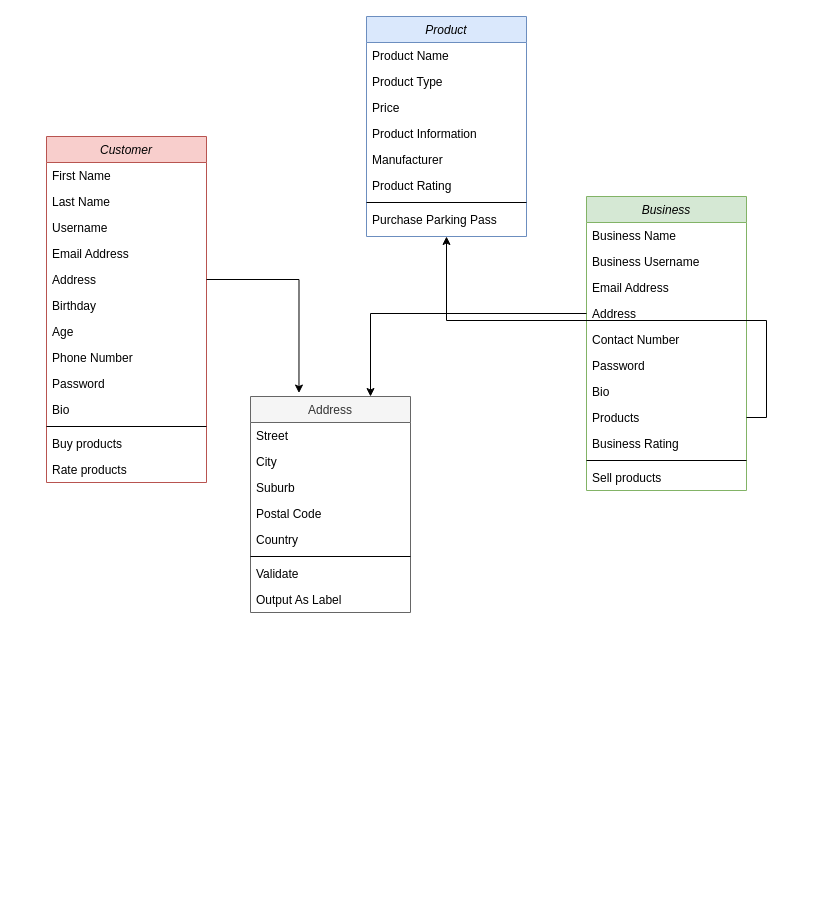
Above: DatabaseLayout.drawio in gdsc-uwc/gdsc_project (draw.io), before the change. Source tidied: cells renumbered, new cells numbered last; positions are measured from the earlier drawing's top-left corner, leaving out a move shared by most shapes. Both pictures are drawn from the tidied source at 100%, with x=0, y=0 at pixel (46, 16).
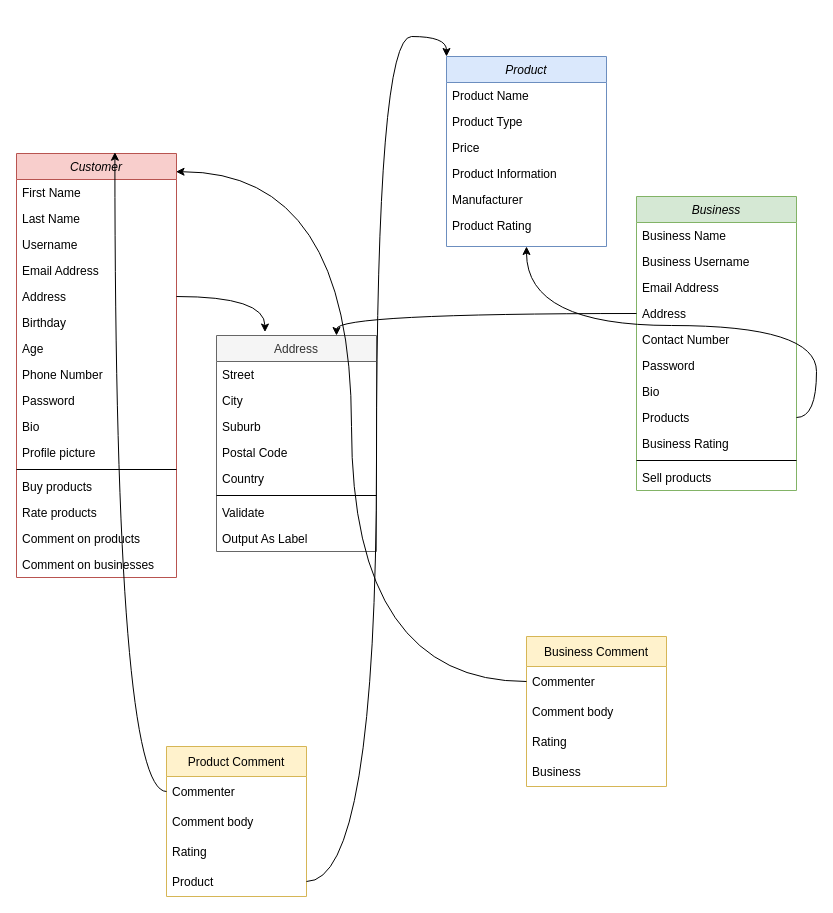
The same page after the edit.

Commit message (it also covers changes not shown here):
Added a business view for customers

Unchanged cells that the change refers to:
```xml
<mxCell id="7" value="Address" style="text;align=left;verticalAlign=top;spacingLeft=4;spacingRight=4;overflow=hidden;points=[[0,0.5],[1,0.5]];portConstraint=eastwest;rounded=0;shadow=0;html=0;" parent="2" vertex="1">
  <mxGeometry y="130" width="160" height="26" as="geometry" />
</mxCell>
<mxCell id="20" value="Address" style="text;align=left;verticalAlign=top;spacingLeft=4;spacingRight=4;overflow=hidden;points=[[0,0.5],[1,0.5]];portConstraint=eastwest;rounded=0;shadow=0;html=0;" parent="16" vertex="1">
  <mxGeometry y="104" width="160" height="26" as="geometry" />
</mxCell>
<mxCell id="24" value="Products" style="text;align=left;verticalAlign=top;spacingLeft=4;spacingRight=4;overflow=hidden;points=[[0,0.5],[1,0.5]];portConstraint=eastwest;rounded=0;shadow=0;html=0;" parent="16" vertex="1">
  <mxGeometry y="208" width="160" height="26" as="geometry" />
</mxCell>
```

What changed in the source:
```diff
@@
     <mxCell id="2" value="Customer" style="swimlane;fontStyle=2;align=center;verticalAlign=top;horizontal=1;startSize=26;rounded=0;shadow=0;strokeWidth=1;fillColor=#f8cecc;strokeColor=#b85450;" parent="1" vertex="1">
-      <mxGeometry y="120" width="160" height="346" as="geometry" />
+      <mxGeometry x="-30" y="137" width="160" height="424" as="geometry" />
     </mxCell>
@@
+    <mxCell id="49" value="Profile picture" style="text;align=left;verticalAlign=top;spacingLeft=4;spacingRight=4;overflow=hidden;rounded=0;shadow=0;html=0;" parent="2" vertex="1">
+      <mxGeometry y="286" width="160" height="26" as="geometry" />
+    </mxCell>
     <mxCell id="13" style="line;html=1;strokeWidth=1;align=left;verticalAlign=middle;spacingTop=-1;spacingLeft=3;spacingRight=3;labelPosition=right;" parent="2" vertex="1">
-      <mxGeometry y="286" width="160" height="8" as="geometry" />
+      <mxGeometry y="312" width="160" height="8" as="geometry" />
     </mxCell>
     <mxCell id="14" value="Buy products" style="text;align=left;verticalAlign=top;spacingLeft=4;spacingRight=4;overflow=hidden;" parent="2" vertex="1">
-      <mxGeometry y="294" width="160" height="26" as="geometry" />
+      <mxGeometry y="320" width="160" height="26" as="geometry" />
     </mxCell>
     <mxCell id="15" value="Rate products" style="text;align=left;verticalAlign=top;spacingLeft=4;spacingRight=4;overflow=hidden;" parent="2" vertex="1">
-      <mxGeometry y="320" width="160" height="26" as="geometry" />
+      <mxGeometry y="346" width="160" height="26" as="geometry" />
     </mxCell>
+    <mxCell id="50" value="Comment on products" style="text;align=left;verticalAlign=top;spacingLeft=4;spacingRight=4;overflow=hidden;" parent="2" vertex="1">
+      <mxGeometry y="372" width="160" height="26" as="geometry" />
+    </mxCell>
+    <mxCell id="51" value="Comment on businesses" style="text;align=left;verticalAlign=top;spacingLeft=4;spacingRight=4;overflow=hidden;" parent="2" vertex="1">
+      <mxGeometry y="398" width="160" height="26" as="geometry" />
+    </mxCell>
     <mxCell id="16" value="Business" style="swimlane;fontStyle=2;align=center;verticalAlign=top;horizontal=1;startSize=26;rounded=0;shadow=0;strokeWidth=1;fillColor=#d5e8d4;strokeColor=#82b366;" parent="1" vertex="1">
-      <mxGeometry x="540" y="180" width="160" height="294" as="geometry" />
+      <mxGeometry x="590" y="180" width="160" height="294" as="geometry" />
     </mxCell>
@@
     <mxCell id="28" value="Product" style="swimlane;fontStyle=2;align=center;verticalAlign=top;horizontal=1;startSize=26;rounded=0;shadow=0;strokeWidth=1;fillColor=#dae8fc;strokeColor=#6c8ebf;" parent="1" vertex="1">
-      <mxGeometry x="320" width="160" height="220" as="geometry" />
+      <mxGeometry x="400" y="40" width="160" height="190" as="geometry" />
     </mxCell>
@@
-    <mxCell id="35" style="line;html=1;strokeWidth=1;align=left;verticalAlign=middle;spacingTop=-1;spacingLeft=3;spacingRight=3;labelPosition=right;" parent="28" vertex="1">
-      <mxGeometry y="182" width="160" height="8" as="geometry" />
-    </mxCell>
-    <mxCell id="36" value="Purchase Parking Pass" style="text;align=left;verticalAlign=top;spacingLeft=4;spacingRight=4;overflow=hidden;" parent="28" vertex="1">
-      <mxGeometry y="190" width="160" height="30" as="geometry" />
-    </mxCell>
     <mxCell id="37" value="Address" style="swimlane;fontStyle=0;align=center;verticalAlign=top;horizontal=1;startSize=26;rounded=0;shadow=0;strokeWidth=1;fillColor=#f5f5f5;fontColor=#333333;strokeColor=#666666;" parent="1" vertex="1">
-      <mxGeometry x="204" y="380" width="160" height="216" as="geometry" />
+      <mxGeometry x="170" y="319" width="160" height="216" as="geometry" />
     </mxCell>
@@
-    <mxCell id="46" style="edgeStyle=orthogonalEdgeStyle;rounded=0;jettySize=auto;html=1;exitX=1;exitY=0.5;exitDx=0;exitDy=0;entryX=0.303;entryY=-0.016;entryDx=0;entryDy=0;entryPerimeter=0;" parent="1" edge="1" source="7" target="37">
+    <mxCell id="46" style="edgeStyle=orthogonalEdgeStyle;rounded=0;jettySize=auto;html=1;exitX=1;exitY=0.5;exitDx=0;exitDy=0;entryX=0.303;entryY=-0.016;entryDx=0;entryDy=0;entryPerimeter=0;curved=1;" parent="1" edge="1" source="7" target="37">
       <mxGeometry relative="1" as="geometry" />
     </mxCell>
-    <mxCell id="47" style="edgeStyle=orthogonalEdgeStyle;rounded=0;jettySize=auto;html=1;exitX=0;exitY=0.5;exitDx=0;exitDy=0;entryX=0.75;entryY=0;entryDx=0;entryDy=0;" parent="1" edge="1" source="20" target="37">
+    <mxCell id="47" style="edgeStyle=orthogonalEdgeStyle;rounded=0;jettySize=auto;html=1;exitX=0;exitY=0.5;exitDx=0;exitDy=0;entryX=0.75;entryY=0;entryDx=0;entryDy=0;curved=1;" parent="1" edge="1" source="20" target="37">
       <mxGeometry relative="1" as="geometry" />
     </mxCell>
-    <mxCell id="48" style="edgeStyle=orthogonalEdgeStyle;rounded=0;jettySize=auto;html=1;exitX=1;exitY=0.5;exitDx=0;exitDy=0;" parent="1" edge="1" source="24" target="28">
+    <mxCell id="48" style="edgeStyle=orthogonalEdgeStyle;rounded=0;jettySize=auto;html=1;exitX=1;exitY=0.5;exitDx=0;exitDy=0;curved=1;" parent="1" edge="1" source="24" target="28">
       <mxGeometry relative="1" as="geometry" />
     </mxCell>
+    <mxCell id="52" value="Product Comment" style="swimlane;fontStyle=0;horizontal=1;startSize=30;fillColor=#fff2cc;strokeColor=#d6b656;" parent="1" vertex="1">
+      <mxGeometry x="120" y="730" width="140" height="150" as="geometry" />
+    </mxCell>
+    <mxCell id="53" value="Commenter" style="text;strokeColor=none;fillColor=none;align=left;verticalAlign=middle;spacingLeft=4;spacingRight=4;overflow=hidden;points=[[0,0.5],[1,0.5]];portConstraint=eastwest;" parent="52" vertex="1">
+      <mxGeometry y="30" width="140" height="30" as="geometry" />
+    </mxCell>
+    <mxCell id="54" value="Comment body" style="text;strokeColor=none;fillColor=none;align=left;verticalAlign=middle;spacingLeft=4;spacingRight=4;overflow=hidden;" parent="52" vertex="1">
+      <mxGeometry y="60" width="140" height="30" as="geometry" />
+    </mxCell>
+    <mxCell id="55" value="Rating" style="text;strokeColor=none;fillColor=none;align=left;verticalAlign=middle;spacingLeft=4;spacingRight=4;overflow=hidden;" parent="52" vertex="1">
+      <mxGeometry y="90" width="140" height="30" as="geometry" />
+    </mxCell>
+    <mxCell id="56" value="Product" style="text;strokeColor=none;fillColor=none;align=left;verticalAlign=middle;spacingLeft=4;spacingRight=4;overflow=hidden;points=[[0,0.5],[1,0.5]];portConstraint=eastwest;" parent="52" vertex="1">
+      <mxGeometry y="120" width="140" height="30" as="geometry" />
+    </mxCell>
+    <mxCell id="57" style="rounded=0;jettySize=auto;html=1;exitX=0;exitY=0.5;exitDx=0;exitDy=0;entryX=0.615;entryY=-0.003;entryDx=0;entryDy=0;entryPerimeter=0;edgeStyle=orthogonalEdgeStyle;curved=1;" parent="1" edge="1" source="53" target="2">
+      <mxGeometry relative="1" as="geometry" />
+    </mxCell>
+    <mxCell id="58" style="edgeStyle=orthogonalEdgeStyle;curved=1;rounded=0;jettySize=auto;html=1;exitX=1;exitY=0.5;exitDx=0;exitDy=0;entryX=0;entryY=0;entryDx=0;entryDy=0;" parent="1" edge="1" source="56" target="28">
+      <mxGeometry relative="1" as="geometry" />
+    </mxCell>
+    <mxCell id="59" value="Business Comment" style="swimlane;fontStyle=0;horizontal=1;startSize=30;fillColor=#fff2cc;strokeColor=#d6b656;" parent="1" vertex="1">
+      <mxGeometry x="480" y="620" width="140" height="150" as="geometry" />
+    </mxCell>
+    <mxCell id="60" value="Commenter" style="text;strokeColor=none;fillColor=none;align=left;verticalAlign=middle;spacingLeft=4;spacingRight=4;overflow=hidden;points=[[0,0.5],[1,0.5]];portConstraint=eastwest;" parent="59" vertex="1">
+      <mxGeometry y="30" width="140" height="30" as="geometry" />
+    </mxCell>
+    <mxCell id="61" value="Comment body" style="text;strokeColor=none;fillColor=none;align=left;verticalAlign=middle;spacingLeft=4;spacingRight=4;overflow=hidden;" parent="59" vertex="1">
+      <mxGeometry y="60" width="140" height="30" as="geometry" />
+    </mxCell>
+    <mxCell id="62" value="Rating" style="text;strokeColor=none;fillColor=none;align=left;verticalAlign=middle;spacingLeft=4;spacingRight=4;overflow=hidden;" parent="59" vertex="1">
+      <mxGeometry y="90" width="140" height="30" as="geometry" />
+    </mxCell>
+    <mxCell id="63" value="Business" style="text;strokeColor=none;fillColor=none;align=left;verticalAlign=middle;spacingLeft=4;spacingRight=4;overflow=hidden;" parent="59" vertex="1">
+      <mxGeometry y="120" width="140" height="30" as="geometry" />
+    </mxCell>
+    <mxCell id="64" style="edgeStyle=orthogonalEdgeStyle;curved=1;rounded=0;jettySize=auto;html=1;exitX=0;exitY=0.5;exitDx=0;exitDy=0;entryX=0.997;entryY=0.043;entryDx=0;entryDy=0;entryPerimeter=0;" parent="1" edge="1" source="60" target="2">
+      <mxGeometry relative="1" as="geometry" />
+    </mxCell>
```
